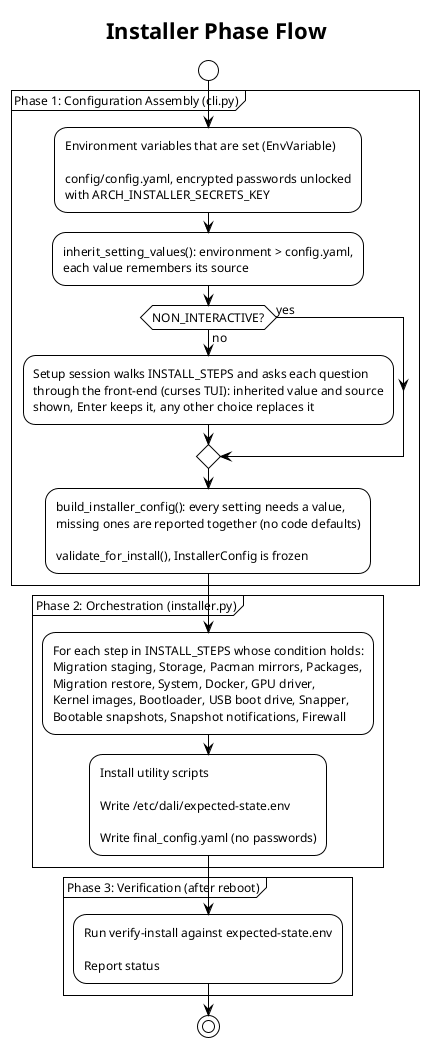
Before: docs/diagrams/installer-flow.png, a diagram exported from PlantUML (kodoshi/arch_installer).
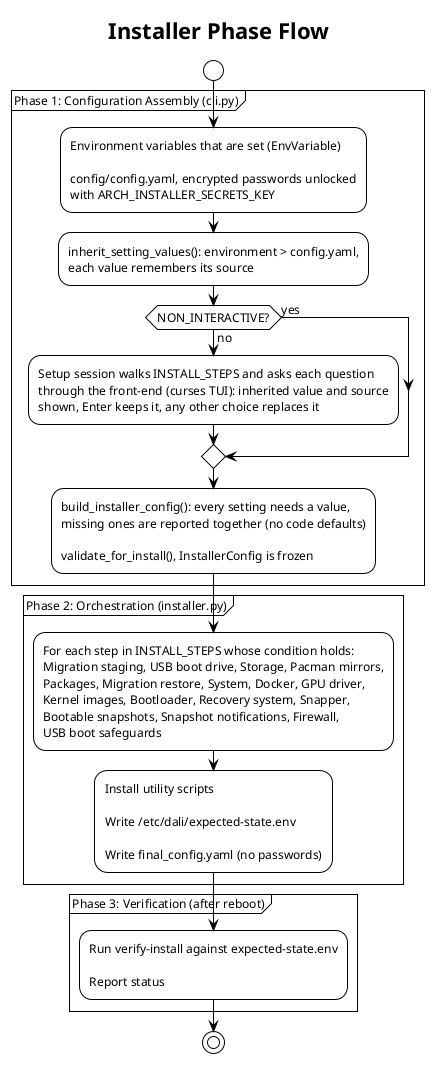
The same diagram one commit later.

Change to the diagram source:
```diff
@@ -17,7 +17,7 @@
 }
 
 partition "Phase 2: Orchestration (installer.py)" {
-    :For each step in INSTALL_STEPS whose condition holds:\nMigration staging, Storage, Pacman mirrors, Packages,\nMigration restore, System, Docker, GPU driver,\nKernel images, Bootloader, USB boot drive, Snapper,\nBootable snapshots, Snapshot notifications, Firewall;
+    :For each step in INSTALL_STEPS whose condition holds:\nMigration staging, USB boot drive, Storage, Pacman mirrors,\nPackages, Migration restore, System, Docker, GPU driver,\nKernel images, Bootloader, Recovery system, Snapper,\nBootable snapshots, Snapshot notifications, Firewall,\nUSB boot safeguards;
     :Install utility scripts\n\nWrite /etc/dali/expected-state.env\n\nWrite final_config.yaml (no passwords);
 }
 
```
